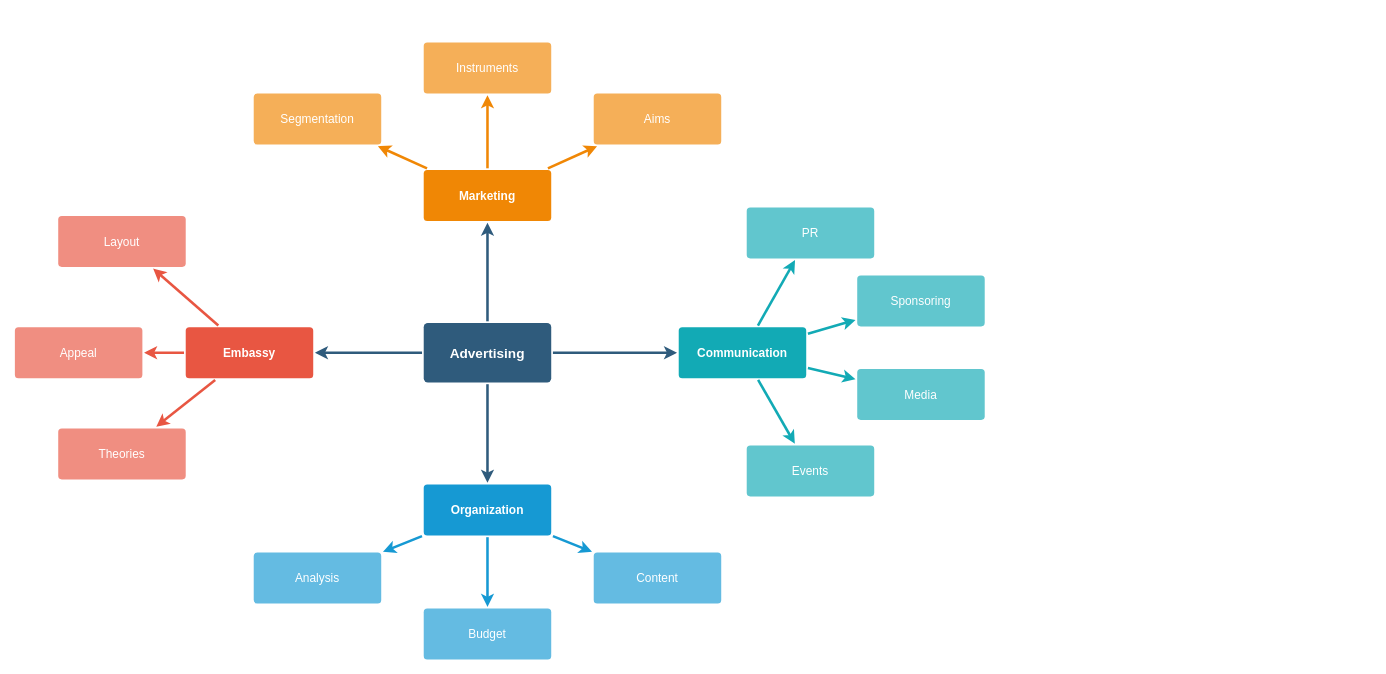
Earlier version of the draw.io diagram Untitled Diagram.drawio (xyz-lyjoe/draw). Source tidied: cells renumbered, new cells numbered last; positions are measured from the earlier drawing's top-left corner, leaving out a move shared by most shapes. Both pictures are drawn from the tidied source at 85%, with x=0, y=0 at pixel (14, 42).
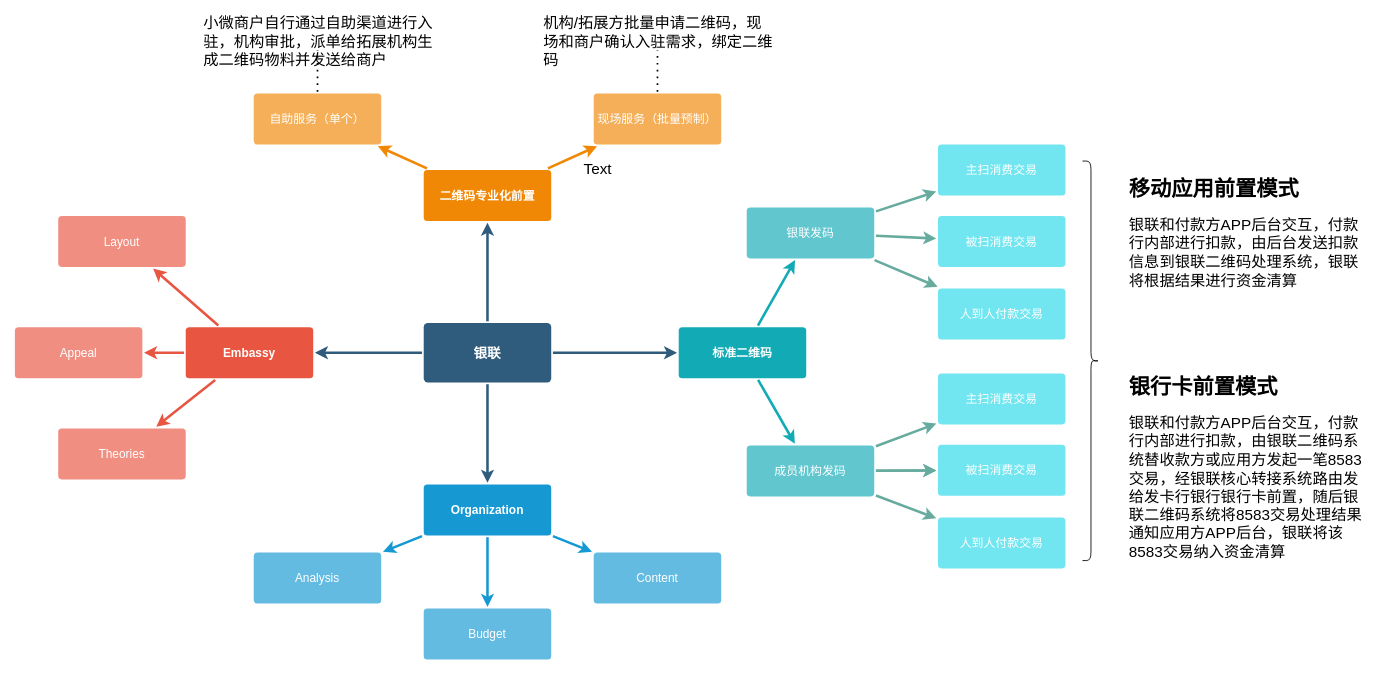
After the change.

Change to the diagram source:
```diff
@@
-    <mxCell id="6" value="Advertising" style="rounded=1;whiteSpace=wrap;html=1;shadow=0;labelBackgroundColor=none;strokeColor=none;strokeWidth=3;fillColor=#2F5B7C;fontFamily=Helvetica;fontSize=16;fontColor=#FFFFFF;align=center;fontStyle=1;spacing=5;arcSize=7;perimeterSpacing=2;" parent="1" vertex="1">
+    <mxCell id="6" value="银联" style="rounded=1;whiteSpace=wrap;html=1;shadow=0;labelBackgroundColor=none;strokeColor=none;strokeWidth=3;fillColor=#2F5B7C;fontFamily=Helvetica;fontSize=16;fontColor=#FFFFFF;align=center;fontStyle=1;spacing=5;arcSize=7;perimeterSpacing=2;" parent="1" vertex="1">
       <mxGeometry x="481" y="330.5" width="150" height="70" as="geometry" />
     </mxCell>
@@
-    <mxCell id="21" value="Marketing" style="rounded=1;whiteSpace=wrap;html=1;shadow=0;labelBackgroundColor=none;strokeColor=none;strokeWidth=3;fillColor=#F08705;fontFamily=Helvetica;fontSize=14;fontColor=#FFFFFF;align=center;spacing=5;fontStyle=1;arcSize=7;perimeterSpacing=2;" parent="1" vertex="1">
+    <mxCell id="21" value="二维码专业化前置" style="rounded=1;whiteSpace=wrap;html=1;shadow=0;labelBackgroundColor=none;strokeColor=none;strokeWidth=3;fillColor=#F08705;fontFamily=Helvetica;fontSize=14;fontColor=#FFFFFF;align=center;spacing=5;fontStyle=1;arcSize=7;perimeterSpacing=2;" parent="1" vertex="1">
       <mxGeometry x="481" y="150.5" width="150" height="60" as="geometry" />
     </mxCell>
-    <mxCell id="22" value="Aims&lt;br&gt;" style="rounded=1;whiteSpace=wrap;html=1;shadow=0;labelBackgroundColor=none;strokeColor=none;strokeWidth=3;fillColor=#f5af58;fontFamily=Helvetica;fontSize=14;fontColor=#FFFFFF;align=center;spacing=5;arcSize=7;perimeterSpacing=2;" parent="1" vertex="1">
+    <mxCell id="22" value="现场服务（批量预制）" style="rounded=1;whiteSpace=wrap;html=1;shadow=0;labelBackgroundColor=none;strokeColor=none;strokeWidth=3;fillColor=#f5af58;fontFamily=Helvetica;fontSize=14;fontColor=#FFFFFF;align=center;spacing=5;arcSize=7;perimeterSpacing=2;" parent="1" vertex="1">
       <mxGeometry x="681" y="60.5" width="150" height="60" as="geometry" />
     </mxCell>
@@
-    <mxCell id="24" value="Instruments" style="rounded=1;whiteSpace=wrap;html=1;shadow=0;labelBackgroundColor=none;strokeColor=none;strokeWidth=3;fillColor=#f5af58;fontFamily=Helvetica;fontSize=14;fontColor=#FFFFFF;align=center;spacing=5;arcSize=7;perimeterSpacing=2;" parent="1" vertex="1">
-      <mxGeometry x="481" y="0.5" width="150" height="60" as="geometry" />
-    </mxCell>
-    <mxCell id="25" style="edgeStyle=none;rounded=0;jumpStyle=none;html=1;shadow=0;labelBackgroundColor=none;startArrow=none;startFill=0;endArrow=classic;endFill=1;jettySize=auto;strokeColor=#F08705;strokeWidth=3;fontFamily=Helvetica;fontSize=14;fontColor=#FFFFFF;spacing=5;" parent="1" edge="1" source="21" target="24">
-      <mxGeometry relative="1" as="geometry" />
-    </mxCell>
-    <mxCell id="26" value="Segmentation" style="rounded=1;whiteSpace=wrap;html=1;shadow=0;labelBackgroundColor=none;strokeColor=none;strokeWidth=3;fillColor=#f5af58;fontFamily=Helvetica;fontSize=14;fontColor=#FFFFFF;align=center;spacing=5;arcSize=7;perimeterSpacing=2;" parent="1" vertex="1">
+    <mxCell id="26" value="自助服务（单个）" style="rounded=1;whiteSpace=wrap;html=1;shadow=0;labelBackgroundColor=none;strokeColor=none;strokeWidth=3;fillColor=#f5af58;fontFamily=Helvetica;fontSize=14;fontColor=#FFFFFF;align=center;spacing=5;arcSize=7;perimeterSpacing=2;" parent="1" vertex="1">
       <mxGeometry x="281" y="60.5" width="150" height="60" as="geometry" />
     </mxCell>
@@
-    <mxCell id="28" value="Communication" style="rounded=1;whiteSpace=wrap;html=1;shadow=0;labelBackgroundColor=none;strokeColor=none;strokeWidth=3;fillColor=#12aab5;fontFamily=Helvetica;fontSize=14;fontColor=#FFFFFF;align=center;spacing=5;fontStyle=1;arcSize=7;perimeterSpacing=2;" parent="1" vertex="1">
+    <mxCell id="28" value="标准二维码" style="rounded=1;whiteSpace=wrap;html=1;shadow=0;labelBackgroundColor=none;strokeColor=none;strokeWidth=3;fillColor=#12aab5;fontFamily=Helvetica;fontSize=14;fontColor=#FFFFFF;align=center;spacing=5;fontStyle=1;arcSize=7;perimeterSpacing=2;" parent="1" vertex="1">
       <mxGeometry x="781" y="335.5" width="150" height="60" as="geometry" />
     </mxCell>
+    <mxCell id="37" style="edgeStyle=none;rounded=0;jettySize=auto;html=1;strokeColor=#67AB9F;strokeWidth=3;" parent="1" edge="1" source="29" target="42">
+      <mxGeometry relative="1" as="geometry" />
+    </mxCell>
-    <mxCell id="29" value="Events" style="rounded=1;whiteSpace=wrap;html=1;shadow=0;labelBackgroundColor=none;strokeColor=none;strokeWidth=3;fillColor=#61c6ce;fontFamily=Helvetica;fontSize=14;fontColor=#FFFFFF;align=center;spacing=5;fontStyle=0;arcSize=7;perimeterSpacing=2;" parent="1" vertex="1">
+    <mxCell id="29" value="成员机构发码" style="rounded=1;whiteSpace=wrap;html=1;shadow=0;labelBackgroundColor=none;strokeColor=none;strokeWidth=3;fillColor=#61c6ce;fontFamily=Helvetica;fontSize=14;fontColor=#FFFFFF;align=center;spacing=5;fontStyle=0;arcSize=7;perimeterSpacing=2;" parent="1" vertex="1">
       <mxGeometry x="861" y="474.5" width="150" height="60" as="geometry" />
     </mxCell>
@@
-    <mxCell id="31" value="Media" style="rounded=1;whiteSpace=wrap;html=1;shadow=0;labelBackgroundColor=none;strokeColor=none;strokeWidth=3;fillColor=#61c6ce;fontFamily=Helvetica;fontSize=14;fontColor=#FFFFFF;align=center;spacing=5;fontStyle=0;arcSize=7;perimeterSpacing=2;" parent="1" vertex="1">
-      <mxGeometry x="991" y="384.5" width="150" height="60" as="geometry" />
-    </mxCell>
-    <mxCell id="32" style="edgeStyle=none;rounded=1;jumpStyle=none;html=1;shadow=0;labelBackgroundColor=none;startArrow=none;startFill=0;jettySize=auto;strokeColor=#12AAB5;strokeWidth=3;fontFamily=Helvetica;fontSize=14;fontColor=#FFFFFF;spacing=5;fontStyle=1;fillColor=#b0e3e6;" parent="1" edge="1" source="28" target="31">
-      <mxGeometry relative="1" as="geometry" />
-    </mxCell>
-    <mxCell id="33" value="Sponsoring" style="rounded=1;whiteSpace=wrap;html=1;shadow=0;labelBackgroundColor=none;strokeColor=none;strokeWidth=3;fillColor=#61c6ce;fontFamily=Helvetica;fontSize=14;fontColor=#FFFFFF;align=center;spacing=5;fontStyle=0;arcSize=7;perimeterSpacing=2;" parent="1" vertex="1">
-      <mxGeometry x="991" y="274.5" width="150" height="60" as="geometry" />
-    </mxCell>
-    <mxCell id="34" style="edgeStyle=none;rounded=1;jumpStyle=none;html=1;shadow=0;labelBackgroundColor=none;startArrow=none;startFill=0;jettySize=auto;strokeColor=#12AAB5;strokeWidth=3;fontFamily=Helvetica;fontSize=14;fontColor=#FFFFFF;spacing=5;fontStyle=1;fillColor=#b0e3e6;" parent="1" edge="1" source="28" target="33">
-      <mxGeometry relative="1" as="geometry" />
-    </mxCell>
-    <mxCell id="35" value="PR" style="rounded=1;whiteSpace=wrap;html=1;shadow=0;labelBackgroundColor=none;strokeColor=none;strokeWidth=3;fillColor=#61c6ce;fontFamily=Helvetica;fontSize=14;fontColor=#FFFFFF;align=center;spacing=5;fontStyle=0;arcSize=7;perimeterSpacing=2;" parent="1" vertex="1">
+    <mxCell id="35" value="银联发码" style="rounded=1;whiteSpace=wrap;html=1;shadow=0;labelBackgroundColor=none;strokeColor=none;strokeWidth=3;fillColor=#61c6ce;fontFamily=Helvetica;fontSize=14;fontColor=#FFFFFF;align=center;spacing=5;fontStyle=0;arcSize=7;perimeterSpacing=2;" parent="1" vertex="1">
       <mxGeometry x="861" y="194.5" width="150" height="60" as="geometry" />
     </mxCell>
@@
+    <mxCell id="38" value="主扫消费交易" style="rounded=1;whiteSpace=wrap;html=1;shadow=0;labelBackgroundColor=none;strokeColor=none;strokeWidth=3;fontFamily=Helvetica;fontSize=14;fontColor=#FFFFFF;align=center;spacing=5;fontStyle=0;arcSize=7;perimeterSpacing=2;fillColor=#71E6F0;" parent="1" vertex="1">
+      <mxGeometry x="1086" y="120.5" width="150" height="60" as="geometry" />
+    </mxCell>
+    <mxCell id="39" value="被扫消费交易" style="rounded=1;whiteSpace=wrap;html=1;shadow=0;labelBackgroundColor=none;strokeColor=none;strokeWidth=3;fontFamily=Helvetica;fontSize=14;fontColor=#FFFFFF;align=center;spacing=5;fontStyle=0;arcSize=7;perimeterSpacing=2;fillColor=#71E6F0;" parent="1" vertex="1">
+      <mxGeometry x="1086" y="204.5" width="150" height="60" as="geometry" />
+    </mxCell>
+    <mxCell id="40" value="人到人付款交易" style="rounded=1;whiteSpace=wrap;html=1;shadow=0;labelBackgroundColor=none;strokeColor=none;strokeWidth=3;fontFamily=Helvetica;fontSize=14;fontColor=#FFFFFF;align=center;spacing=5;fontStyle=0;arcSize=7;perimeterSpacing=2;fillColor=#71E6F0;" parent="1" vertex="1">
+      <mxGeometry x="1086" y="290" width="150" height="60" as="geometry" />
+    </mxCell>
+    <mxCell id="41" value="主扫消费交易" style="rounded=1;whiteSpace=wrap;html=1;shadow=0;labelBackgroundColor=none;strokeColor=none;strokeWidth=3;fontFamily=Helvetica;fontSize=14;fontColor=#FFFFFF;align=center;spacing=5;fontStyle=0;arcSize=7;perimeterSpacing=2;fillColor=#71E6F0;" parent="1" vertex="1">
+      <mxGeometry x="1086" y="389.8" width="150" height="60" as="geometry" />
+    </mxCell>
+    <mxCell id="42" value="被扫消费交易" style="rounded=1;whiteSpace=wrap;html=1;shadow=0;labelBackgroundColor=none;strokeColor=none;strokeWidth=3;fontFamily=Helvetica;fontSize=14;fontColor=#FFFFFF;align=center;spacing=5;fontStyle=0;arcSize=7;perimeterSpacing=2;fillColor=#71E6F0;" parent="1" vertex="1">
+      <mxGeometry x="1086" y="473.8" width="150" height="60" as="geometry" />
+    </mxCell>
+    <mxCell id="43" value="人到人付款交易" style="rounded=1;whiteSpace=wrap;html=1;shadow=0;labelBackgroundColor=none;strokeColor=none;strokeWidth=3;fontFamily=Helvetica;fontSize=14;fontColor=#FFFFFF;align=center;spacing=5;fontStyle=0;arcSize=7;perimeterSpacing=2;fillColor=#71E6F0;" parent="1" vertex="1">
+      <mxGeometry x="1086" y="559.2" width="150" height="60" as="geometry" />
+    </mxCell>
+    <mxCell id="44" style="endArrow=classic;html=1;strokeWidth=3;strokeColor=#67AB9F;" parent="1" edge="1" source="35" target="38">
+      <mxGeometry relative="1" as="geometry" />
+    </mxCell>
+    <mxCell id="45" style="endArrow=classic;html=1;strokeWidth=3;strokeColor=#67AB9F;" parent="1" edge="1" source="35" target="39">
+      <mxGeometry relative="1" as="geometry" />
+    </mxCell>
+    <mxCell id="46" style="endArrow=classic;html=1;strokeWidth=3;strokeColor=#67AB9F;" parent="1" edge="1" source="35" target="40">
+      <mxGeometry relative="1" as="geometry" />
+    </mxCell>
+    <mxCell id="47" style="endArrow=classic;html=1;strokeWidth=3;strokeColor=#67AB9F;" parent="1" edge="1" source="29" target="41">
+      <mxGeometry relative="1" as="geometry" />
+    </mxCell>
+    <mxCell id="48" style="endArrow=classic;html=1;strokeWidth=3;strokeColor=#67AB9F;" parent="1" edge="1" source="29" target="42">
+      <mxGeometry relative="1" as="geometry" />
+    </mxCell>
+    <mxCell id="49" style="endArrow=classic;html=1;strokeWidth=3;strokeColor=#67AB9F;" parent="1" edge="1" source="29" target="43">
+      <mxGeometry relative="1" as="geometry" />
+    </mxCell>
+    <mxCell id="50" value="&lt;h1 style=&quot;font-size: 25px&quot;&gt;移动应用前置模式&lt;/h1&gt;&lt;p style=&quot;font-size: 18px&quot;&gt;银联和付款方APP后台交互，付款行内部进行扣款，由后台发送扣款信息到银联二维码处理系统，银联将根据结果进行资金清算&lt;/p&gt;" style="text;html=1;strokeColor=none;fillColor=none;spacing=5;spacingTop=-20;whiteSpace=wrap;overflow=hidden;rounded=0;fontSize=18;" parent="1" vertex="1">
+      <mxGeometry x="1306" y="150.5" width="290" height="170" as="geometry" />
+    </mxCell>
+    <mxCell id="51" value="&lt;h1 style=&quot;font-size: 25px&quot;&gt;银行卡前置模式&lt;/h1&gt;&lt;p style=&quot;font-size: 18px&quot;&gt;银联和付款方APP后台交互，付款行内部进行扣款，由银联二维码系统替收款方或应用方发起一笔8583交易，经银联核心转接系统路由发给发卡行银行银行卡前置，随后银联二维码系统将8583交易处理结果通知应用方APP后台，银联将该8583交易纳入资金清算&lt;/p&gt;" style="text;html=1;strokeColor=none;fillColor=none;spacing=5;spacingTop=-20;whiteSpace=wrap;overflow=hidden;rounded=0;fontSize=18;" parent="1" vertex="1">
+      <mxGeometry x="1306" y="384.2" width="290" height="240.5" as="geometry" />
+    </mxCell>
+    <mxCell id="52" style="shape=curlyBracket;whiteSpace=wrap;html=1;rounded=1;flipH=1;fontSize=18;fillColor=#71E6F0;" parent="1" vertex="1">
+      <mxGeometry x="1256" y="140" width="20" height="470" as="geometry" />
+    </mxCell>
+    <mxCell id="53" value="Text" style="text;html=1;strokeColor=none;fillColor=none;align=center;verticalAlign=middle;whiteSpace=wrap;rounded=0;fontSize=18;" parent="1" vertex="1">
+      <mxGeometry x="666" y="140" width="40" height="20" as="geometry" />
+    </mxCell>
+    <mxCell id="54" value="小微商户自行通过自助渠道进行入驻，机构审批，派单给拓展机构生成二维码物料并发送给商户" style="text;html=1;strokeColor=none;fillColor=none;align=left;verticalAlign=middle;whiteSpace=wrap;rounded=0;fontSize=18;labelPosition=center;verticalLabelPosition=middle;dashed=1;dashPattern=1 1;strokeWidth=4;" parent="1" vertex="1">
+      <mxGeometry x="219.8" y="-10" width="272.5" height="20" as="geometry" />
+    </mxCell>
+    <mxCell id="55" style="endArrow=none;dashed=1;html=1;dashPattern=1 3;strokeWidth=2;fontSize=18;" parent="1" edge="1" source="26" target="54">
+      <mxGeometry relative="1" as="geometry" />
+    </mxCell>
+    <mxCell id="56" value="机构/拓展方批量申请二维码，现场和商户确认入驻需求，绑定二维码" style="text;html=1;strokeColor=none;fillColor=none;align=left;verticalAlign=middle;whiteSpace=wrap;rounded=0;fontSize=18;labelPosition=center;verticalLabelPosition=middle;" parent="1" vertex="1">
+      <mxGeometry x="619.8" y="-10" width="272.5" height="20" as="geometry" />
+    </mxCell>
+    <mxCell id="57" style="endArrow=none;dashed=1;html=1;dashPattern=1 3;strokeWidth=2;fontSize=18;" parent="1" edge="1" source="22">
+      <mxGeometry relative="1" as="geometry">
+        <mxPoint x="756" y="10" as="targetPoint" />
+      </mxGeometry>
+    </mxCell>
```
